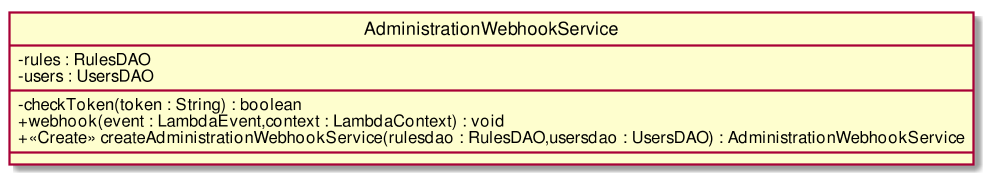
This is RP/Esterni/DefinizioneDiProdotto/images/ClassAdministrationWebhookService.png from CoCodeSWE/Docs, a PlantUML export, as it was before one commit. Its diagram source:
```plantuml
@startuml
scale 1000*1000
skinparam classAttributeIconSize 0
class AdministrationWebhookService{
- rules : RulesDAO
- users : UsersDAO
__
- checkToken(token : String) : boolean
+ webhook(event : LambdaEvent,context : LambdaContext) : void
+ <<Create>> createAdministrationWebhookService(rulesdao : RulesDAO,usersdao : UsersDAO) : AdministrationWebhookService
__

}
hide circle
@enduml
```
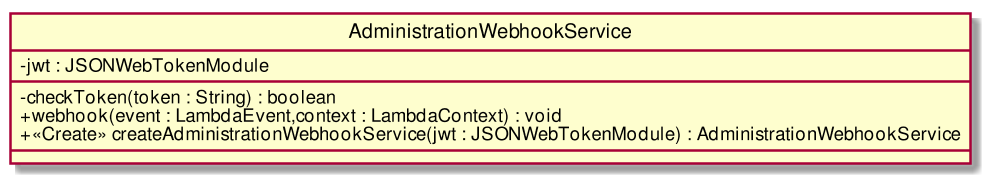
Above is the later version.

What changed in the source:
```diff
@@ -2,12 +2,11 @@
 scale 1000*1000
 skinparam classAttributeIconSize 0
 class AdministrationWebhookService{
-- rules : RulesDAO
-- users : UsersDAO
+- jwt : JSONWebTokenModule
 __
 - checkToken(token : String) : boolean
 + webhook(event : LambdaEvent,context : LambdaContext) : void
-+ <<Create>> createAdministrationWebhookService(rulesdao : RulesDAO,usersdao : UsersDAO) : AdministrationWebhookService
++ <<Create>> createAdministrationWebhookService(jwt : JSONWebTokenModule) : AdministrationWebhookService
 __
 
 }
```
